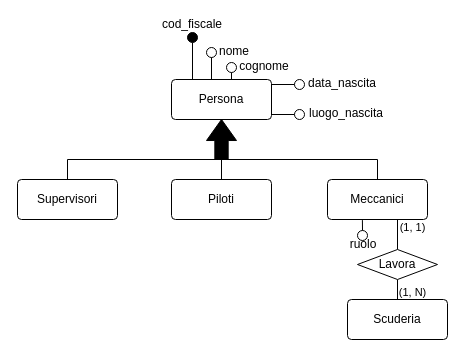
Before: er/gare_persone.drawio in NotXia/car-racing, a draw.io diagram. Source tidied: cells renumbered, new cells numbered last; positions are measured from the earlier drawing's top-left corner, leaving out a move shared by most shapes. Both pictures are drawn from the tidied source at 100%, with x=0, y=0 at pixel (17, 19).
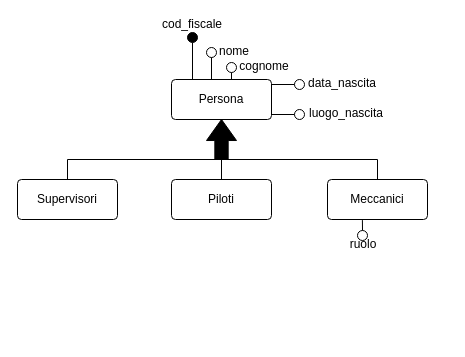
The same diagram, later.

The change refers to these unchanged cells:
```xml
<mxCell id="5" value="&lt;div&gt;Meccanici&lt;/div&gt;" style="rounded=1;arcSize=10;whiteSpace=wrap;html=1;align=center;" parent="1" vertex="1">
  <mxGeometry x="310" y="160" width="100" height="40" as="geometry" />
</mxCell>
```

Change to the diagram source:
```diff
@@
-    <mxCell id="28" style="edgeStyle=orthogonalEdgeStyle;rounded=0;jettySize=auto;html=1;exitX=0.5;exitY=0;exitDx=0;exitDy=0;entryX=0.7;entryY=0.988;entryDx=0;entryDy=0;entryPerimeter=0;strokeColor=default;endArrow=none;endFill=0;" parent="1" edge="1" source="32" target="5">
-      <mxGeometry relative="1" as="geometry" />
-    </mxCell>
-    <mxCell id="29" value="(1, 1)" style="edgeLabel;html=1;align=center;verticalAlign=middle;" parent="28" vertex="1">
-      <mxGeometry x="0.63" y="-1" relative="1" as="geometry">
-        <mxPoint x="13" y="2" as="offset" />
-      </mxGeometry>
-    </mxCell>
-    <mxCell id="30" style="edgeStyle=orthogonalEdgeStyle;rounded=0;jettySize=auto;html=1;exitX=0.5;exitY=1;exitDx=0;exitDy=0;entryX=0.5;entryY=0;entryDx=0;entryDy=0;strokeColor=default;endArrow=none;endFill=0;" parent="1" edge="1" source="32" target="33">
-      <mxGeometry relative="1" as="geometry" />
-    </mxCell>
-    <mxCell id="31" value="(1, N)" style="edgeLabel;html=1;align=center;verticalAlign=middle;" parent="30" vertex="1">
-      <mxGeometry x="0.74" relative="1" as="geometry">
-        <mxPoint x="14" y="-5" as="offset" />
-      </mxGeometry>
-    </mxCell>
-    <mxCell id="32" value="Lavora" style="shape=rhombus;perimeter=rhombusPerimeter;whiteSpace=wrap;html=1;align=center;fillColor=default;" parent="1" vertex="1">
-      <mxGeometry x="340" y="230" width="80" height="30" as="geometry" />
-    </mxCell>
-    <mxCell id="33" value="Scuderia" style="rounded=1;arcSize=10;whiteSpace=wrap;html=1;align=center;" parent="1" vertex="1">
-      <mxGeometry x="330" y="280" width="100" height="40" as="geometry" />
-    </mxCell>
```
